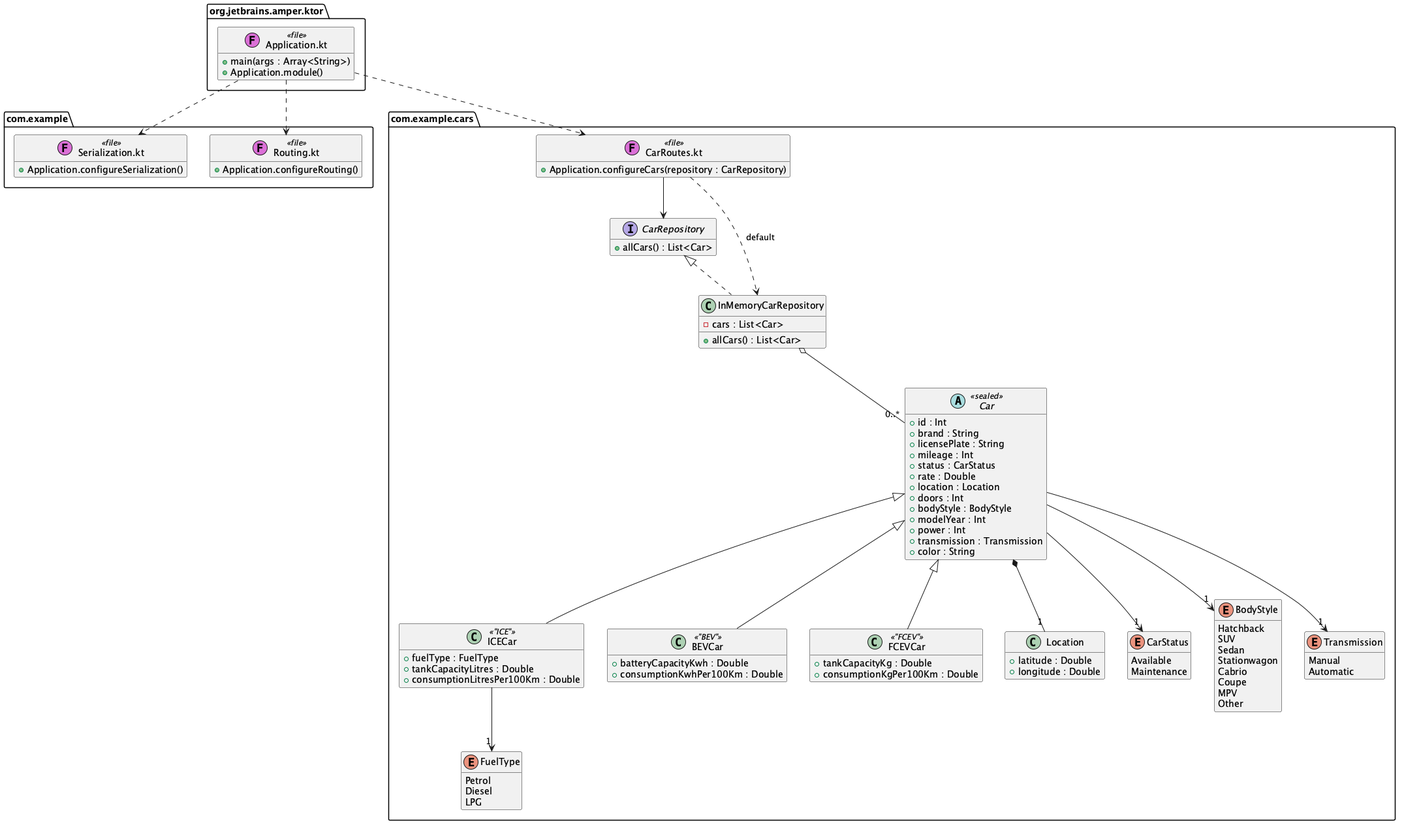
Before: docs/diagrams/class-cars.png, a diagram exported from PlantUML (Rent-a-car-38291/rent-a-car).
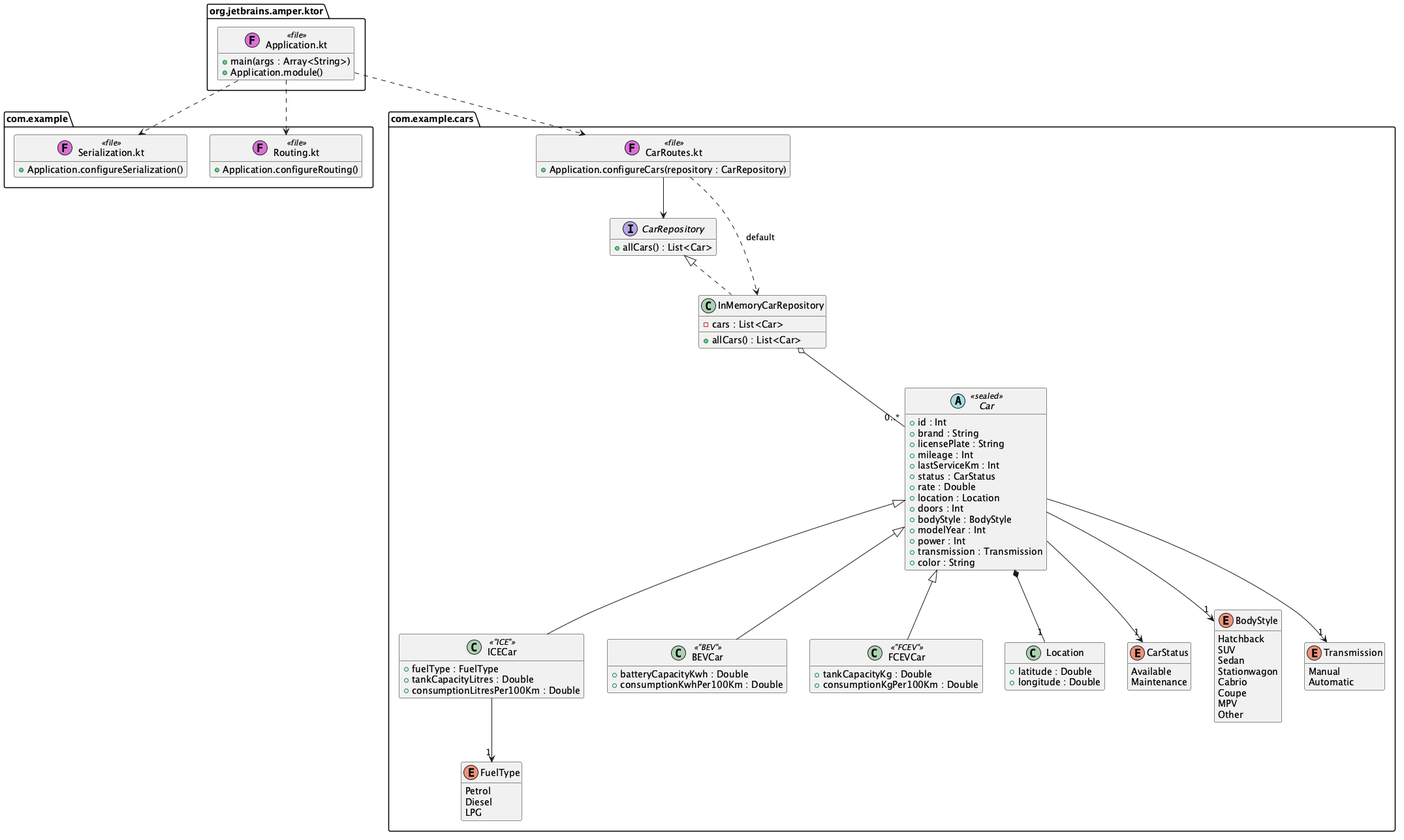
The same file after the commit.

Change to the diagram source:
```diff
@@ -34,6 +34,7 @@
     + brand : String
     + licensePlate : String
     + mileage : Int
+    + lastServiceKm : Int
     + status : CarStatus
     + rate : Double
     + location : Location
```
